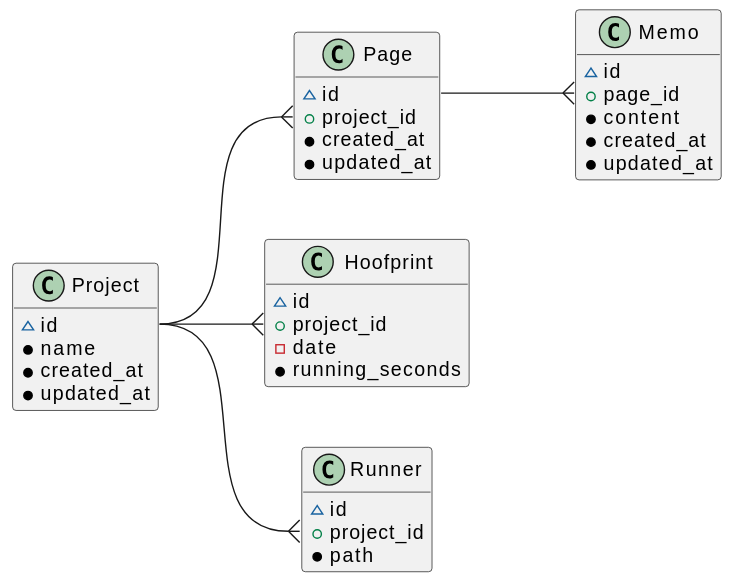
The PlantUML diagram doc/er-diagram.svg in tkmfujise/trot_editor, before a commit.
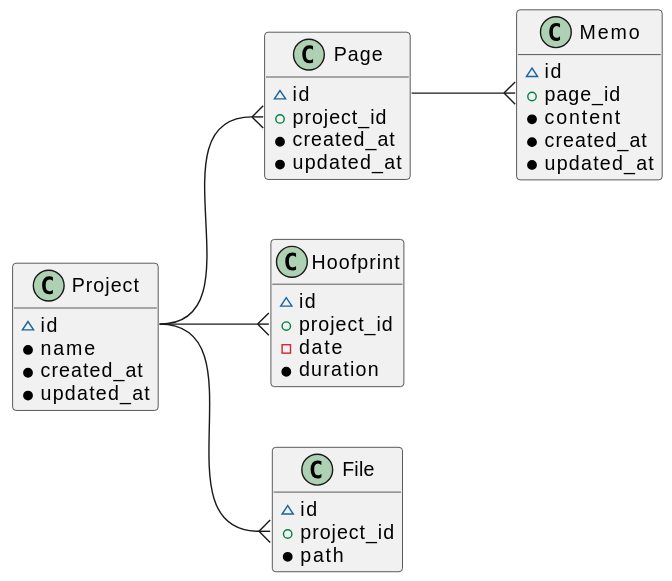
Above is the later version.

The edit, as a diff of the source:
```diff
@@ -22,9 +22,9 @@
   ~ id
   + project_id
   - date
-  * running_seconds
+  * duration
 }
-class Runner {
+class File {
   ~ id
   + project_id
   * path
@@ -36,5 +36,5 @@
 Project::id --{ Page::project_id
 Page::id    --{ Memo::page_id
 Project::id --{ Hoofprint::project_id
-Project::id --{ Runner::project_id
+Project::id --{ File::project_id
 @enduml
```
